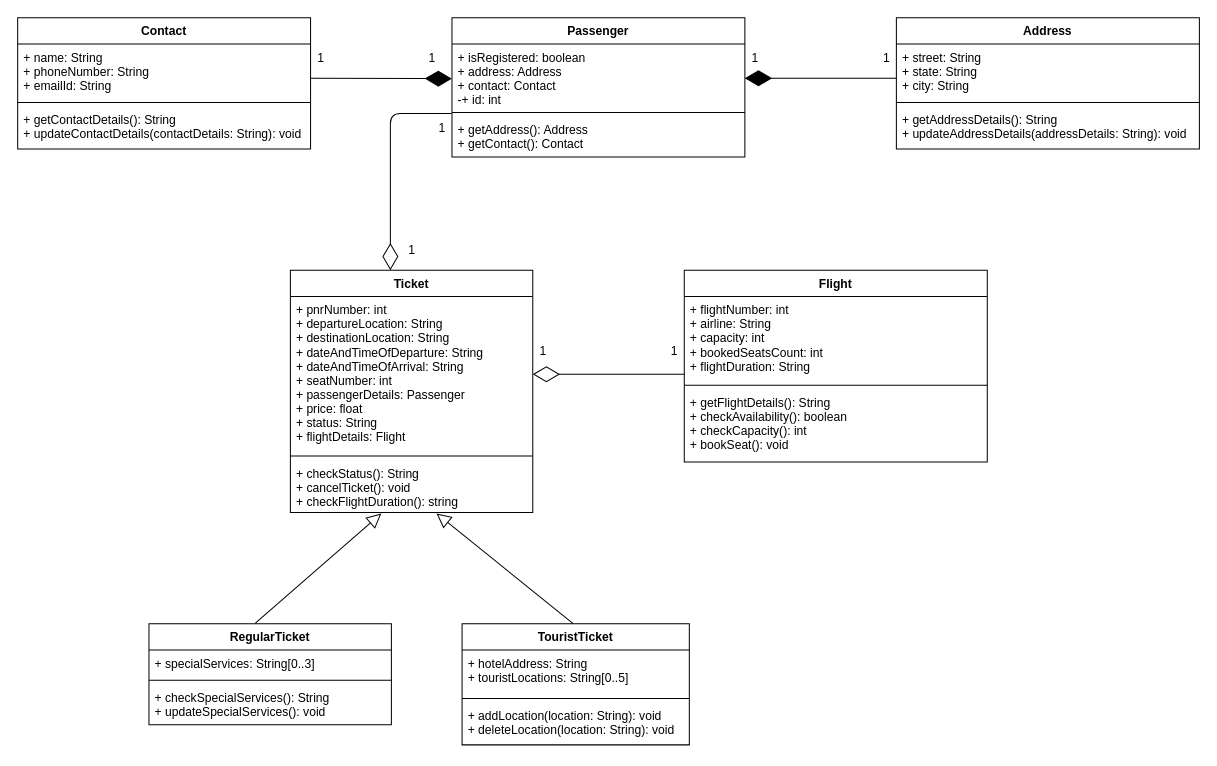
Earlier version of the draw.io diagram FRS.drawio (SohamDandekar/Flight-Reservation-System). Source tidied: cells renumbered, new cells numbered last; positions are measured from the earlier drawing's top-left corner, leaving out a move shared by most shapes. Both pictures are drawn from the tidied source at 101%, with x=0, y=0 at pixel (17, 17).
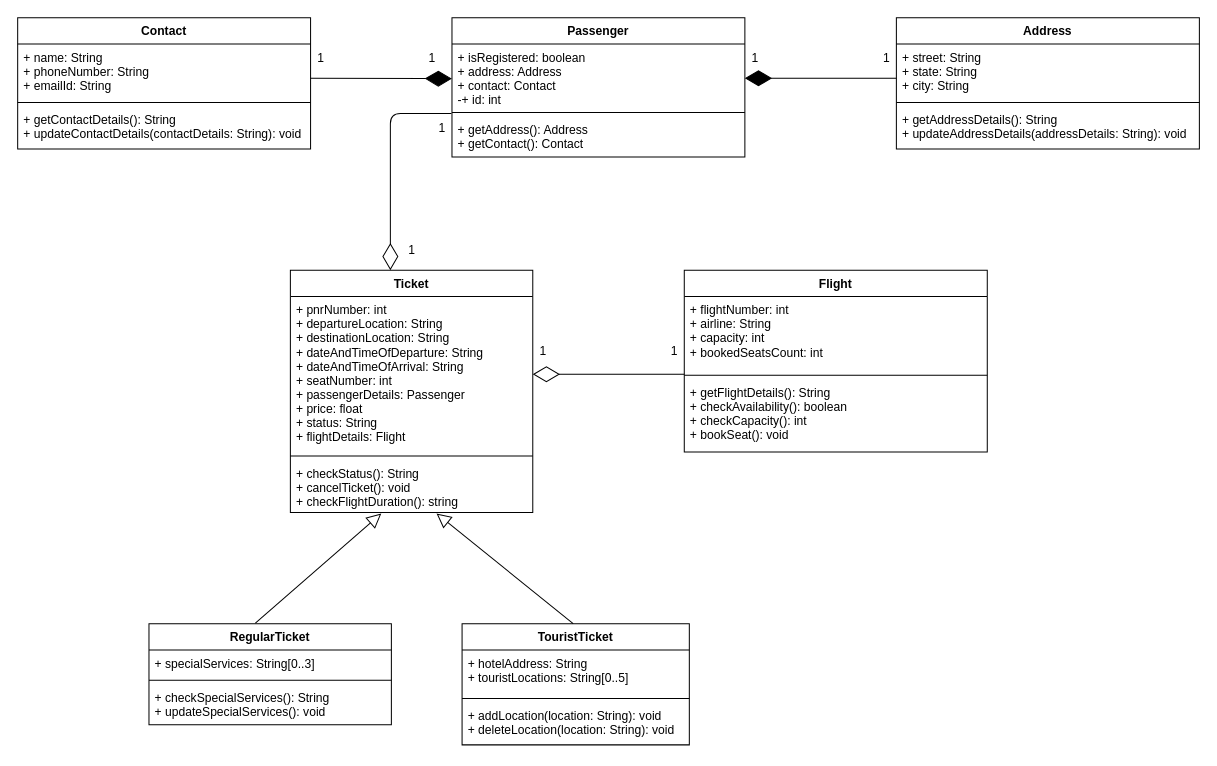
The same page after the edit.

Diff of the diagram source:
```diff
@@
     <mxCell id="10" value="Flight" style="swimlane;fontStyle=1;align=center;verticalAlign=top;horizontal=1;startSize=26;" parent="1" vertex="1">
-      <mxGeometry x="660" y="250" width="300" height="190" as="geometry" />
+      <mxGeometry x="660" y="250" width="300" height="180" as="geometry" />
     </mxCell>
-    <mxCell id="11" value="+ flightNumber: int&#10;+ airline: String&#10;+ capacity: int&#10;+ bookedSeatsCount: int&#10;+ flightDuration: String" style="text;strokeColor=none;fillColor=none;align=left;verticalAlign=top;spacingLeft=4;spacingRight=4;overflow=hidden;" parent="10" vertex="1">
-      <mxGeometry y="26" width="300" height="84" as="geometry" />
+    <mxCell id="11" value="+ flightNumber: int&#10;+ airline: String&#10;+ capacity: int&#10;+ bookedSeatsCount: int" style="text;strokeColor=none;fillColor=none;align=left;verticalAlign=top;spacingLeft=4;spacingRight=4;overflow=hidden;" parent="10" vertex="1">
+      <mxGeometry y="26" width="300" height="74" as="geometry" />
     </mxCell>
     <mxCell id="12" style="line;strokeWidth=1;fillColor=none;align=left;verticalAlign=middle;spacingTop=-1;spacingLeft=3;spacingRight=3;labelPosition=right;" parent="10" vertex="1">
-      <mxGeometry y="110" width="300" height="8" as="geometry" />
+      <mxGeometry y="100" width="300" height="8" as="geometry" />
     </mxCell>
     <mxCell id="13" value="+ getFlightDetails(): String&#10;+ checkAvailability(): boolean&#10;+ checkCapacity(): int&#10;+ bookSeat(): void&#10;" style="text;strokeColor=none;fillColor=none;align=left;verticalAlign=top;spacingLeft=4;spacingRight=4;overflow=hidden;" parent="10" vertex="1">
-      <mxGeometry y="118" width="300" height="72" as="geometry" />
+      <mxGeometry y="108" width="300" height="72" as="geometry" />
     </mxCell>
```
